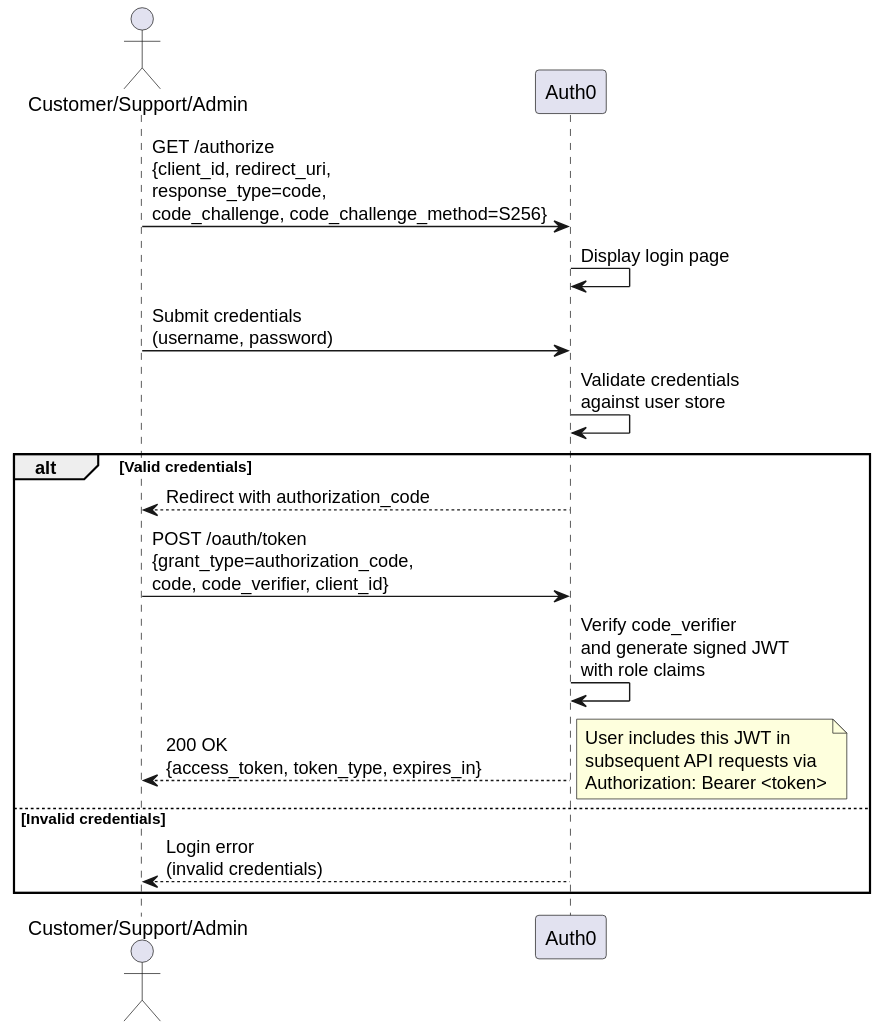
Before: Deliverables/Phase1/UseCases/UC1_Login/resources/UseCase1.svg, a diagram exported from PlantUML (mei-desofs/desofs2026-wed_nap_1-1).
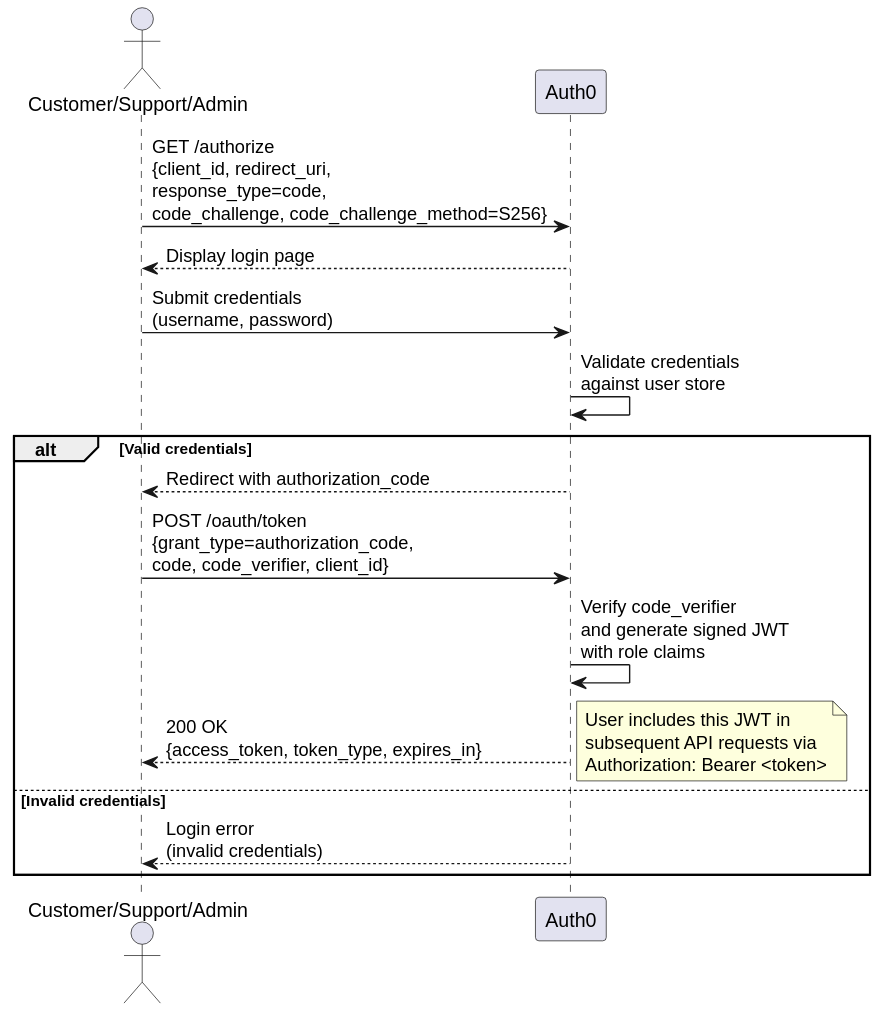
The same diagram one commit later.

Change to the diagram source:
```diff
@@ -3,7 +3,7 @@
 participant "Auth0" as AUTH0
 
 User -> AUTH0: GET /authorize\n{client_id, redirect_uri,\nresponse_type=code,\ncode_challenge, code_challenge_method=S256}
-AUTH0 -> AUTH0: Display login page
+AUTH0 --> User: Display login page
 User -> AUTH0: Submit credentials\n(username, password)
 AUTH0 -> AUTH0: Validate credentials\nagainst user store
 
```
